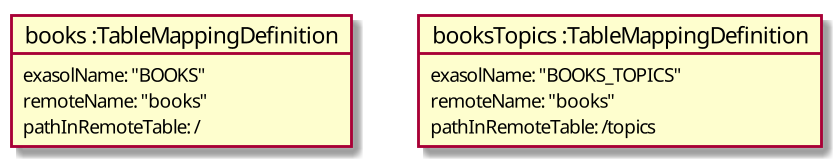
exasol/dynamodb-virtual-schema keeps this PlantUML diagram as doc/diagrams/SchemaMappingDefinitionExample.png. Above is the earlier version. The source it was exported from:
```plantuml
@startuml
object "books :TableMappingDefinition" as books{
exasolName: "BOOKS"
remoteName: "books"
pathInRemoteTable: /
}
object "booksTopics :TableMappingDefinition" as tableTopics{
exasolName: "BOOKS_TOPICS"
remoteName: "books"
pathInRemoteTable: /topics
}
@enduml
```
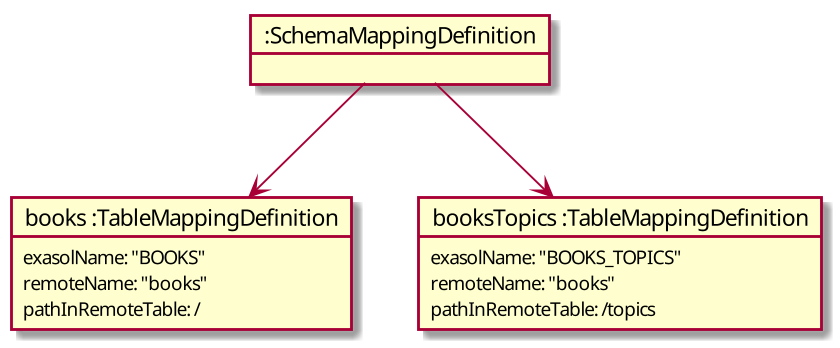
The same file after the commit.

Change to the diagram source:
```diff
@@ -1,4 +1,9 @@
 @startuml
+
+object ":SchemaMappingDefinition" as schema{
+
+}
+
 object "books :TableMappingDefinition" as books{
 exasolName: "BOOKS"
 remoteName: "books"
@@ -9,4 +14,7 @@
 remoteName: "books"
 pathInRemoteTable: /topics
 }
+
+schema --> books
+schema --> tableTopics
 @enduml
```
